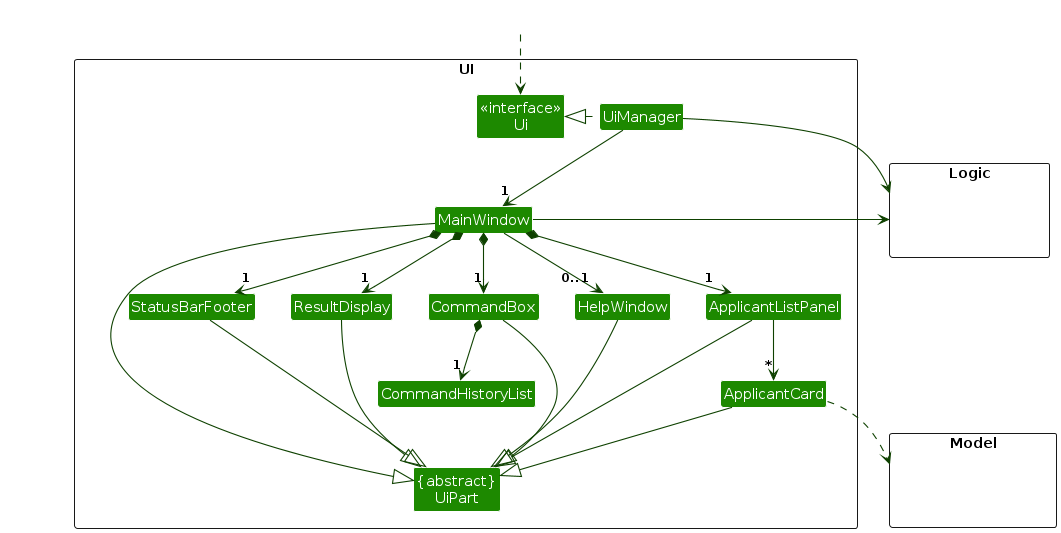
AY2627S1-CS2103T-W12-4/tp keeps this PlantUML diagram as diagrams/UiClassDiagram.png. Above is the earlier version. Its source is kept beside it as diagrams/UiClassDiagram.puml.
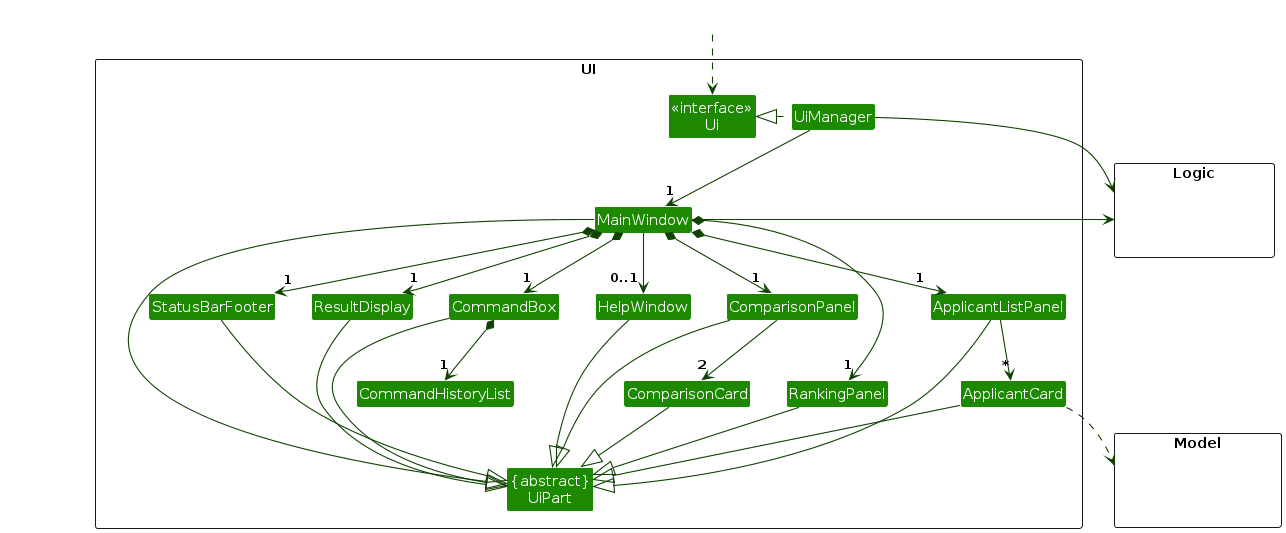
The same diagram one commit later.

What changed in the source:
```diff
@@ -13,6 +13,9 @@
 Class ResultDisplay
 Class ApplicantListPanel
 Class ApplicantCard
+Class ComparisonPanel
+Class ComparisonCard
+Class RankingPanel
 Class StatusBarFooter
 Class CommandBox
 Class CommandHistoryList
@@ -34,11 +37,14 @@
 MainWindow *-down->  "1" CommandBox
 MainWindow *-down-> "1" ResultDisplay
 MainWindow *-down-> "1" ApplicantListPanel
+MainWindow *-down-> "1" ComparisonPanel
+MainWindow *-down-> "1" RankingPanel
 MainWindow *-down-> "1" StatusBarFooter
 MainWindow --> "0..1" HelpWindow
 CommandBox *-down-> "1" CommandHistoryList
 
 ApplicantListPanel -down-> "*" ApplicantCard
+ComparisonPanel --> "2" ComparisonCard
 
 MainWindow -left-|> UiPart
 
@@ -46,6 +52,9 @@
 CommandBox --|> UiPart
 ApplicantListPanel --|> UiPart
 ApplicantCard --|> UiPart
+ComparisonPanel --|> UiPart
+ComparisonCard --|> UiPart
+RankingPanel --|> UiPart
 StatusBarFooter --|> UiPart
 HelpWindow --|> UiPart
 
```
